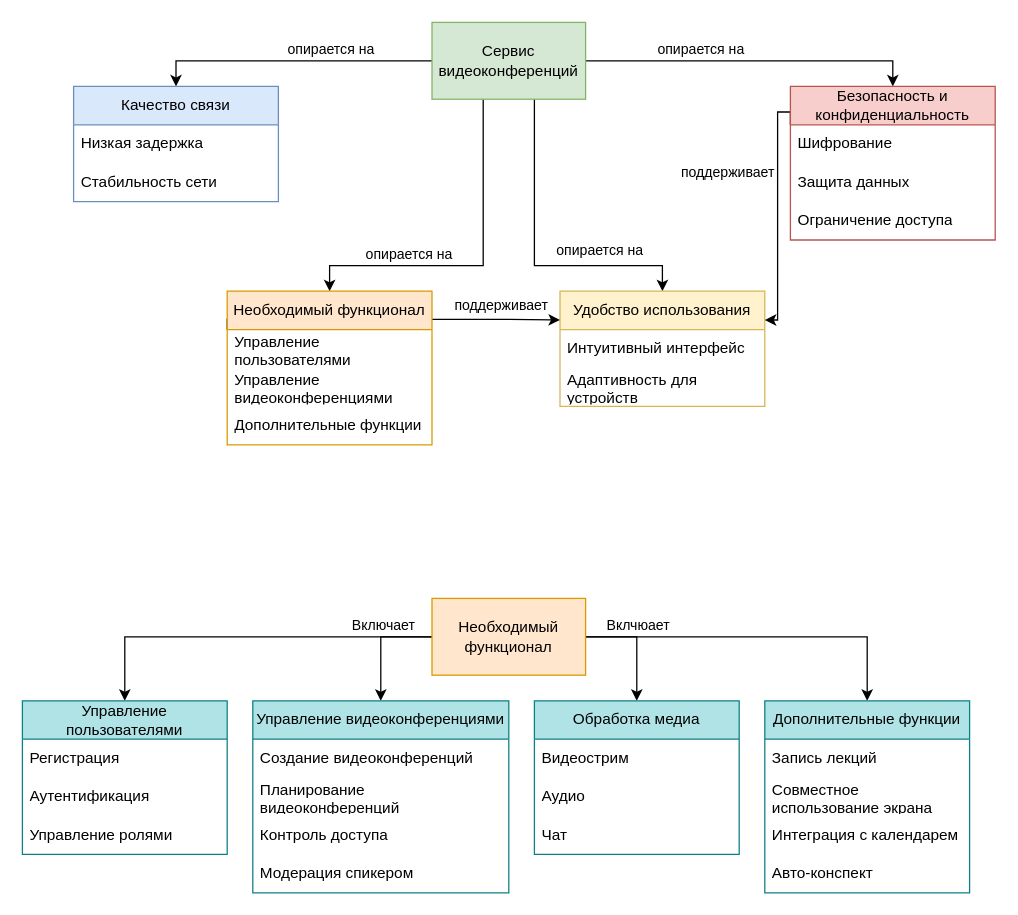
The draw.io diagram видеоконференции.drawio in Odinzov/Ontology, before the edit. Source tidied: cells renumbered, new cells numbered last; positions are measured from the earlier drawing's top-left corner, leaving out a move shared by most shapes. Both pictures are drawn from the tidied source at 128%, with x=0, y=0 at pixel (22, 22).
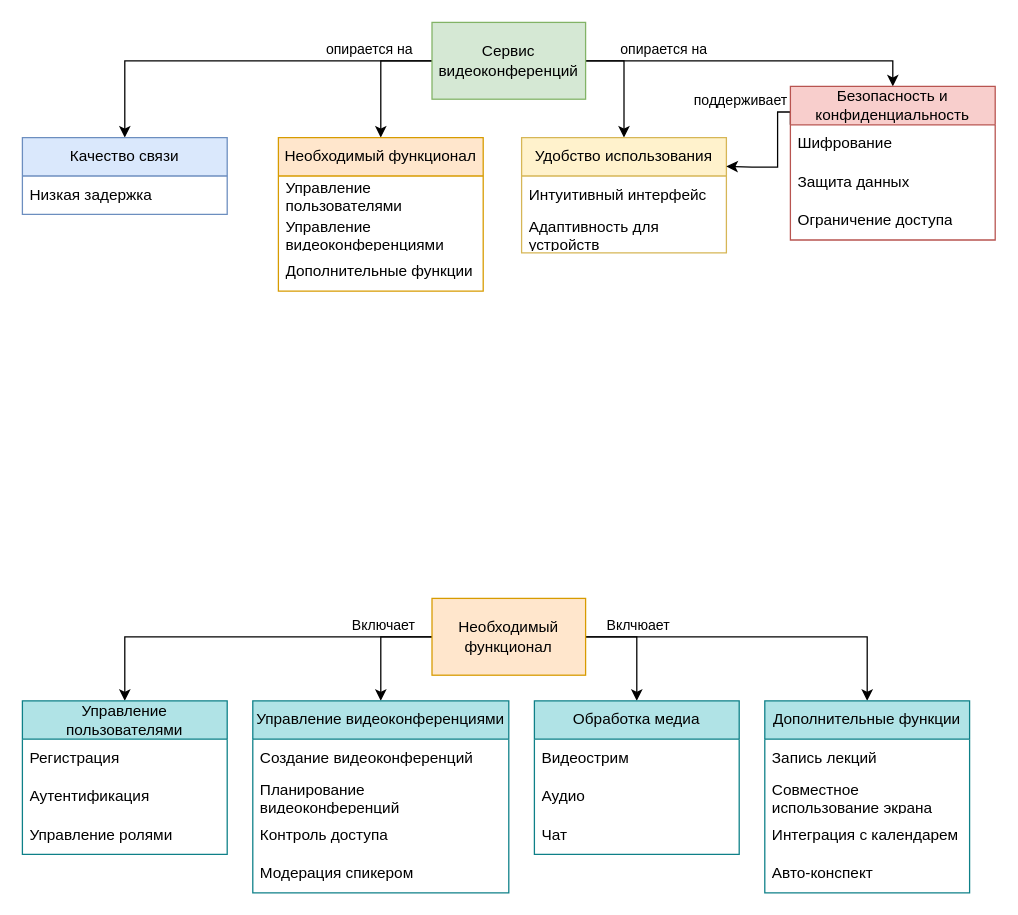
Above is the later version.

Commit message:
Визуальное улучшение

Unchanged cells that the change refers to:
```xml
<mxCell id="2" style="edgeStyle=orthogonalEdgeStyle;rounded=0;jettySize=auto;html=1;entryX=0.5;entryY=0;entryDx=0;entryDy=0;" parent="1" edge="1" source="10" target="11">
  <mxGeometry relative="1" as="geometry" />
</mxCell>
<mxCell id="8" style="edgeStyle=orthogonalEdgeStyle;rounded=0;jettySize=auto;html=1;entryX=0.5;entryY=0;entryDx=0;entryDy=0;exitX=1;exitY=0.5;exitDx=0;exitDy=0;" parent="1" edge="1" source="10" target="25">
  <mxGeometry relative="1" as="geometry">
    <Array as="points">
      <mxPoint x="680" y="30" />
    </Array>
  </mxGeometry>
</mxCell>
<mxCell id="10" value="&lt;div&gt;Сервис видеоконференций&lt;/div&gt;" style="rounded=0;whiteSpace=wrap;html=1;fillColor=#d5e8d4;strokeColor=#82b366;" parent="1" vertex="1">
  <mxGeometry x="320" width="120" height="60" as="geometry" />
</mxCell>
<mxCell id="25" value="Безопасность и конфиденциальность" style="swimlane;fontStyle=0;horizontal=1;startSize=30;whiteSpace=wrap;html=1;fillColor=#f8cecc;strokeColor=#b85450;" parent="1" vertex="1">
  <mxGeometry x="600" y="50" width="160" height="120" as="geometry" />
</mxCell>
```

Change to the diagram source:
```diff
@@
-    <mxCell id="3" value="&lt;div&gt;опирается на&lt;/div&gt;" style="edgeLabel;html=1;align=center;verticalAlign=middle;labelBackgroundColor=none;" parent="2" vertex="1">
-      <mxGeometry x="-0.26" y="-2" relative="1" as="geometry">
-        <mxPoint x="1" y="-8" as="offset" />
-      </mxGeometry>
-    </mxCell>
+    <mxCell id="54" value="&lt;div&gt;опирается на&lt;/div&gt;" style="edgeLabel;html=1;align=center;verticalAlign=middle;labelBackgroundColor=none;" parent="2" vertex="1">
+      <mxGeometry x="-0.26" y="-2" relative="1" as="geometry">
+        <mxPoint x="61" y="-8" as="offset" />
+      </mxGeometry>
+    </mxCell>
     <mxCell id="4" style="edgeStyle=orthogonalEdgeStyle;rounded=0;jettySize=auto;html=1;exitX=1;exitY=0.5;exitDx=0;exitDy=0;entryX=0.5;entryY=0;entryDx=0;entryDy=0;" parent="1" edge="1" source="10" target="14">
       <mxGeometry relative="1" as="geometry">
         <Array as="points">
-          <mxPoint x="400" y="30" />
-          <mxPoint x="400" y="190" />
-          <mxPoint x="500" y="190" />
+          <mxPoint x="470" y="30" />
         </Array>
       </mxGeometry>
     </mxCell>
-    <mxCell id="5" value="&lt;div&gt;опирается на&lt;/div&gt;" style="edgeLabel;html=1;align=center;verticalAlign=middle;labelBackgroundColor=none;" parent="4" vertex="1">
-      <mxGeometry x="-0.23" relative="1" as="geometry">
-        <mxPoint x="50" y="64" as="offset" />
-      </mxGeometry>
-    </mxCell>
     <mxCell id="6" style="edgeStyle=orthogonalEdgeStyle;rounded=0;jettySize=auto;html=1;entryX=0.5;entryY=0;entryDx=0;entryDy=0;" parent="1" edge="1" source="10" target="19">
       <mxGeometry relative="1" as="geometry">
         <Array as="points">
-          <mxPoint x="360" y="190" />
-          <mxPoint x="240" y="190" />
+          <mxPoint x="280" y="30" />
         </Array>
       </mxGeometry>
     </mxCell>
-    <mxCell id="7" value="&lt;div&gt;опирается на&lt;/div&gt;" style="edgeLabel;html=1;align=center;verticalAlign=middle;labelBackgroundColor=none;" parent="6" vertex="1">
-      <mxGeometry x="0.4" y="-2" relative="1" as="geometry">
-        <mxPoint y="-8" as="offset" />
-      </mxGeometry>
-    </mxCell>
@@
-    <mxCell id="9" value="&lt;div&gt;опирается на&lt;/div&gt;" style="edgeLabel;html=1;align=center;verticalAlign=middle;labelBackgroundColor=none;" parent="8" vertex="1">
-      <mxGeometry x="0.34" y="2" relative="1" as="geometry">
-        <mxPoint x="-85" y="-8" as="offset" />
-      </mxGeometry>
-    </mxCell>
+    <mxCell id="55" value="&lt;div&gt;опирается на&lt;/div&gt;" style="edgeLabel;html=1;align=center;verticalAlign=middle;labelBackgroundColor=none;" parent="8" vertex="1">
+      <mxGeometry x="0.34" y="2" relative="1" as="geometry">
+        <mxPoint x="-114" y="-8" as="offset" />
+      </mxGeometry>
+    </mxCell>
@@
     <mxCell id="11" value="&lt;span&gt;Качество связи&lt;/span&gt;" style="swimlane;fontStyle=0;horizontal=1;startSize=30;whiteSpace=wrap;html=1;fillColor=#dae8fc;strokeColor=#6c8ebf;" parent="1" vertex="1">
-      <mxGeometry x="40" y="50" width="160" height="90" as="geometry" />
+      <mxGeometry y="90" width="160" height="60" as="geometry" />
     </mxCell>
@@
-    <mxCell id="13" value="&lt;div&gt;Стабильность сети&lt;/div&gt;" style="text;strokeColor=none;fillColor=none;align=left;verticalAlign=middle;spacingLeft=4;spacingRight=4;overflow=hidden;whiteSpace=wrap;html=1;" parent="11" vertex="1">
-      <mxGeometry y="60" width="160" height="30" as="geometry" />
-    </mxCell>
     <mxCell id="14" value="Удобство использования" style="swimlane;fontStyle=0;horizontal=1;startSize=30;whiteSpace=wrap;html=1;fillColor=#fff2cc;strokeColor=#d6b656;" parent="1" vertex="1">
-      <mxGeometry x="420" y="210" width="160" height="90" as="geometry" />
+      <mxGeometry x="390" y="90" width="160" height="90" as="geometry" />
     </mxCell>
@@
-    <mxCell id="17" style="edgeStyle=orthogonalEdgeStyle;rounded=0;jettySize=auto;html=1;exitX=0;exitY=0.25;exitDx=0;exitDy=0;entryX=0;entryY=0.25;entryDx=0;entryDy=0;" parent="1" edge="1" source="19" target="14">
-      <mxGeometry relative="1" as="geometry">
-        <Array as="points">
-          <mxPoint x="160" y="232" />
-          <mxPoint x="380" y="232" />
-        </Array>
-      </mxGeometry>
-    </mxCell>
-    <mxCell id="18" value="&lt;div&gt;поддерживает&lt;/div&gt;" style="edgeLabel;html=1;align=center;verticalAlign=middle;labelBackgroundColor=none;" parent="17" vertex="1">
-      <mxGeometry x="0.63" y="1" relative="1" as="geometry">
-        <mxPoint x="3" y="-11" as="offset" />
-      </mxGeometry>
-    </mxCell>
     <mxCell id="19" value="Необходимый функционал" style="swimlane;fontStyle=0;horizontal=1;startSize=30;whiteSpace=wrap;html=1;fillColor=#ffe6cc;strokeColor=#d79b00;" parent="1" vertex="1">
-      <mxGeometry x="160" y="210" width="160" height="120" as="geometry" />
+      <mxGeometry x="200" y="90" width="160" height="120" as="geometry" />
     </mxCell>
@@
     <mxCell id="23" style="edgeStyle=orthogonalEdgeStyle;rounded=0;jettySize=auto;html=1;exitX=0;exitY=0.25;exitDx=0;exitDy=0;entryX=1;entryY=0.25;entryDx=0;entryDy=0;" parent="1" edge="1" source="25" target="14">
       <mxGeometry relative="1" as="geometry">
         <Array as="points">
           <mxPoint x="600" y="70" />
           <mxPoint x="590" y="70" />
-          <mxPoint x="590" y="232" />
+          <mxPoint x="590" y="113" />
+          <mxPoint x="570" y="113" />
         </Array>
       </mxGeometry>
     </mxCell>
     <mxCell id="24" value="&lt;div&gt;&lt;span&gt;поддерживает&lt;/span&gt;&lt;/div&gt;" style="edgeLabel;html=1;align=center;verticalAlign=middle;labelBackgroundColor=none;" parent="23" vertex="1">
       <mxGeometry x="0.1" y="1" relative="1" as="geometry">
-        <mxPoint x="-41" y="-40" as="offset" />
+        <mxPoint x="-31" y="-47" as="offset" />
       </mxGeometry>
     </mxCell>
```
